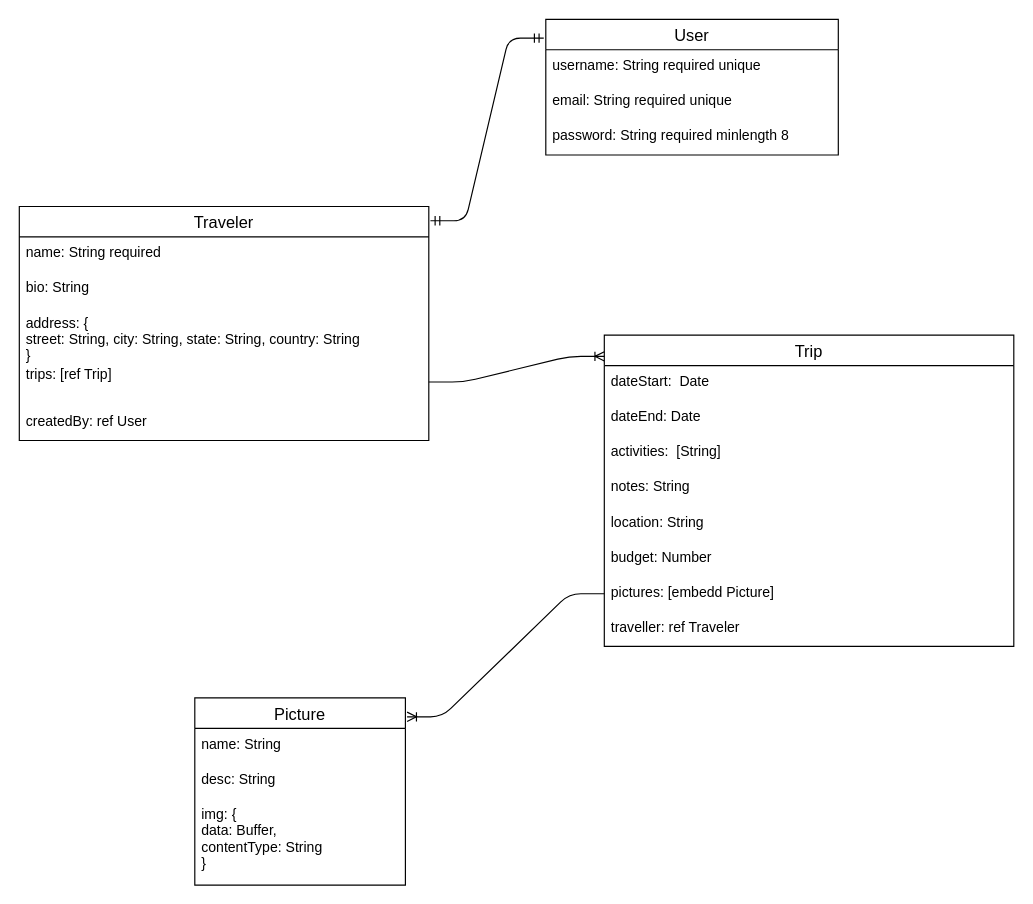
nistalb/Speakeasy-travel keeps this draw.io diagram as erd.drawio. Above is the earlier version. Source tidied: cells renumbered, new cells numbered last; positions are measured from the earlier drawing's top-left corner, leaving out a move shared by most shapes. Both pictures are drawn from the tidied source at 117%, with x=0, y=0 at pixel (19, 19).
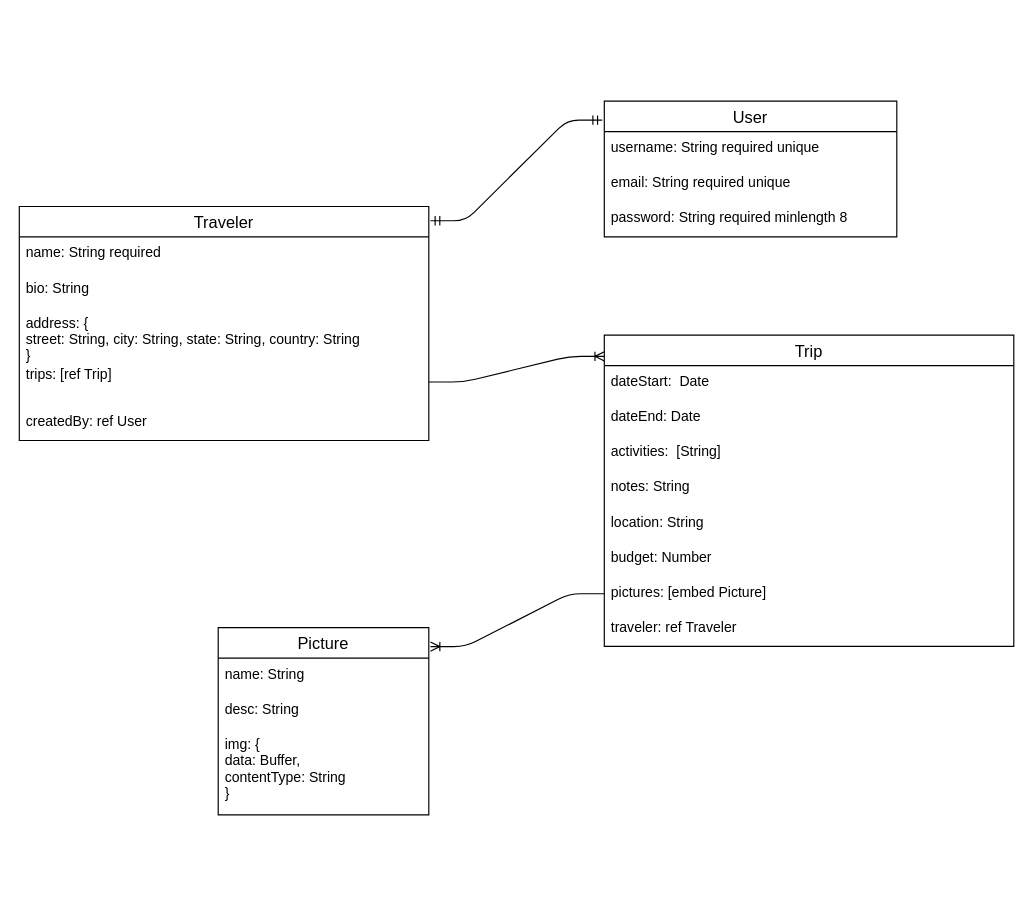
After the change.

The change refers to these unchanged cells:
```xml
<mxCell id="8" value="Trip" style="swimlane;fontStyle=0;horizontal=1;startSize=26;align=center;fontSize=14;" parent="1" vertex="1">
  <mxGeometry x="500" y="270" width="350" height="266" as="geometry" />
</mxCell>
```

What changed in the source:
```diff
@@
-    <mxCell id="15" value="pictures: [embedd Picture]" style="text;strokeColor=none;fillColor=none;spacingLeft=4;spacingRight=4;overflow=hidden;points=[[0,0.5],[1,0.5]];portConstraint=eastwest;fontSize=12;" parent="8" vertex="1">
+    <mxCell id="15" value="pictures: [embed Picture]" style="text;strokeColor=none;fillColor=none;spacingLeft=4;spacingRight=4;overflow=hidden;points=[[0,0.5],[1,0.5]];portConstraint=eastwest;fontSize=12;" parent="8" vertex="1">
       <mxGeometry y="206" width="350" height="30" as="geometry" />
     </mxCell>
-    <mxCell id="16" value="traveller: ref Traveler " style="text;strokeColor=none;fillColor=none;spacingLeft=4;spacingRight=4;overflow=hidden;fontSize=12;" parent="8" vertex="1">
+    <mxCell id="16" value="traveler: ref Traveler " style="text;strokeColor=none;fillColor=none;spacingLeft=4;spacingRight=4;overflow=hidden;fontSize=12;" parent="8" vertex="1">
       <mxGeometry y="236" width="350" height="30" as="geometry" />
     </mxCell>
@@
     <mxCell id="18" value="Picture" style="swimlane;fontStyle=0;horizontal=1;startSize=26;align=center;fontSize=14;" parent="1" vertex="1">
-      <mxGeometry x="150" y="580" width="180" height="160" as="geometry" />
+      <mxGeometry x="170" y="520" width="180" height="160" as="geometry" />
     </mxCell>
@@
     <mxCell id="23" value="User" style="swimlane;fontStyle=0;horizontal=1;startSize=26;align=center;fontSize=14;" parent="1" vertex="1">
-      <mxGeometry x="450" width="250" height="116" as="geometry" />
+      <mxGeometry x="500" y="70" width="250" height="116" as="geometry" />
     </mxCell>
```
